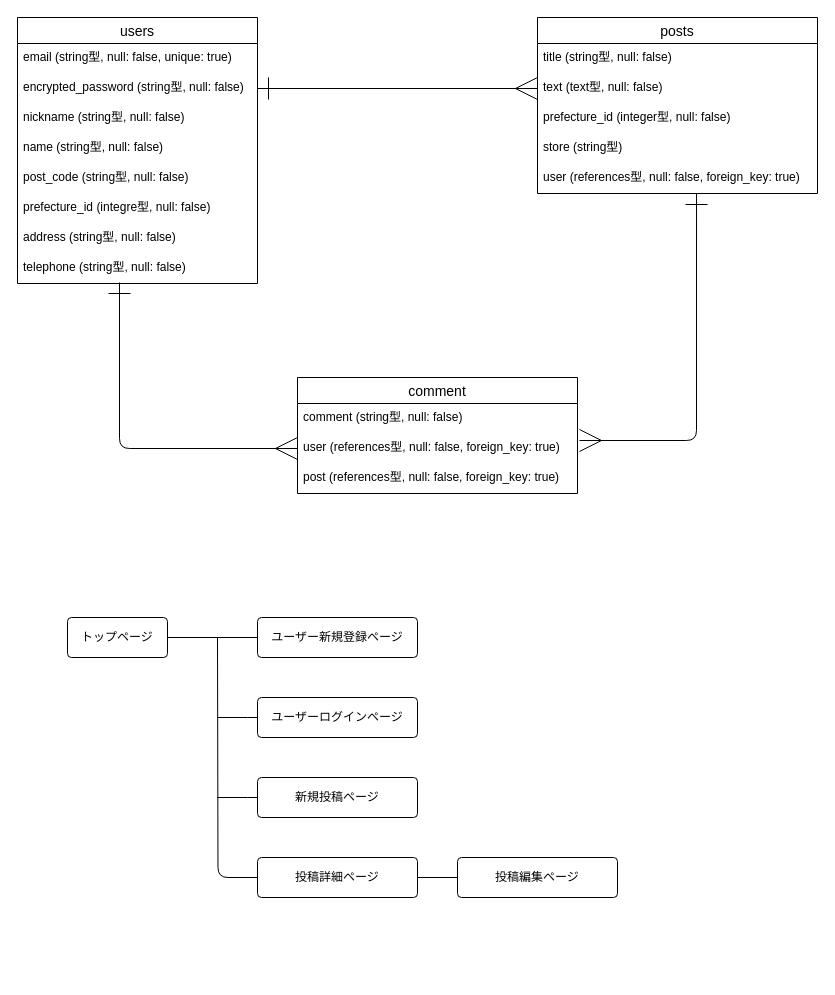
Before: nomonomo.dio in hayapi0208/nomonomo, a draw.io diagram. Source tidied: cells renumbered, new cells numbered last; positions are measured from the earlier drawing's top-left corner, leaving out a move shared by most shapes. Both pictures are drawn from the tidied source at 100%, with x=0, y=0 at pixel (17, 17).
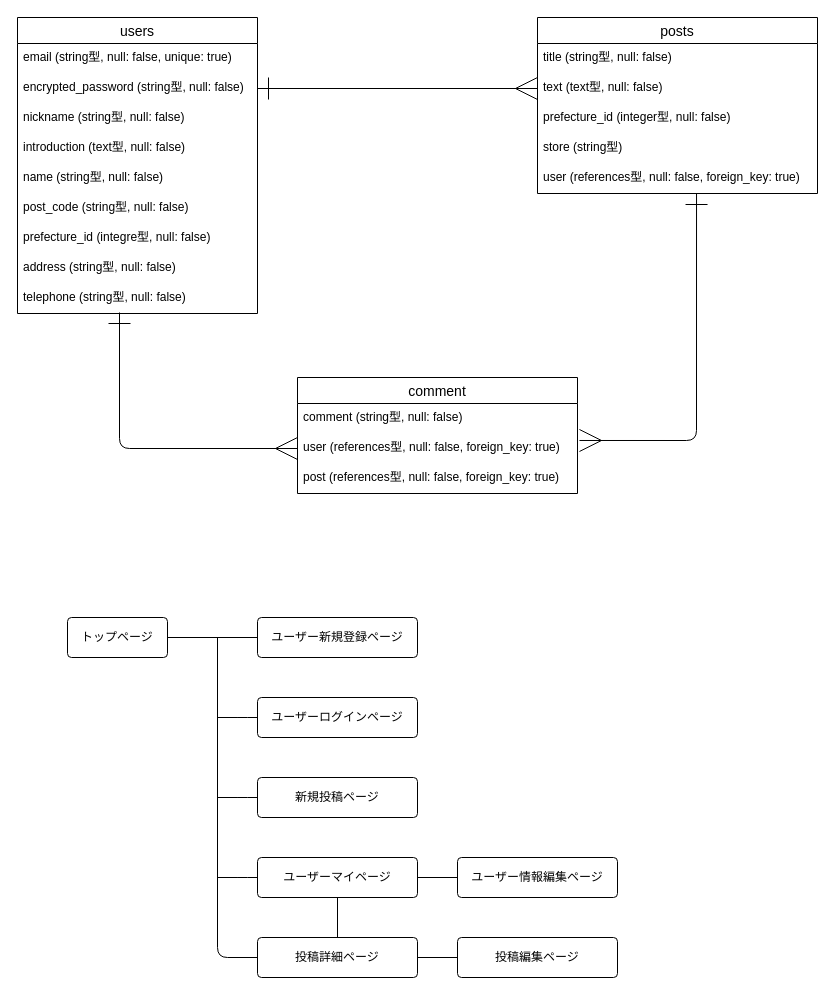
The same page after the edit.

The change refers to these unchanged cells:
```xml
<mxCell id="30" value="新規投稿ページ" style="rounded=1;arcSize=10;whiteSpace=wrap;html=1;align=center;" parent="1" vertex="1">
  <mxGeometry x="240" y="760" width="160" height="40" as="geometry" />
</mxCell>
```

What changed in the source:
```diff
@@
     <mxCell id="2" value="users" style="swimlane;fontStyle=0;horizontal=1;startSize=26;align=center;fontSize=14;" parent="1" vertex="1">
-      <mxGeometry width="240" height="266" as="geometry" />
+      <mxGeometry width="240" height="296" as="geometry" />
     </mxCell>
@@
+    <mxCell id="35" value="introduction (text型, null: false)" style="text;strokeColor=none;fillColor=none;spacingLeft=4;spacingRight=4;overflow=hidden;fontSize=12;" parent="2" vertex="1">
+      <mxGeometry y="116" width="240" height="30" as="geometry" />
+    </mxCell>
     <mxCell id="6" value="name (string型, null: false)" style="text;strokeColor=none;fillColor=none;spacingLeft=4;spacingRight=4;overflow=hidden;fontSize=12;" parent="2" vertex="1">
-      <mxGeometry y="116" width="240" height="30" as="geometry" />
+      <mxGeometry y="146" width="240" height="30" as="geometry" />
     </mxCell>
     <mxCell id="7" value="post_code (string型, null: false)" style="text;strokeColor=none;fillColor=none;spacingLeft=4;spacingRight=4;overflow=hidden;fontSize=12;" parent="2" vertex="1">
-      <mxGeometry y="146" width="240" height="30" as="geometry" />
+      <mxGeometry y="176" width="240" height="30" as="geometry" />
     </mxCell>
     <mxCell id="8" value="prefecture_id (integre型, null: false)" style="text;strokeColor=none;fillColor=none;spacingLeft=4;spacingRight=4;overflow=hidden;fontSize=12;" parent="2" vertex="1">
-      <mxGeometry y="176" width="240" height="30" as="geometry" />
+      <mxGeometry y="206" width="240" height="30" as="geometry" />
     </mxCell>
     <mxCell id="9" value="address (string型, null: false)" style="text;strokeColor=none;fillColor=none;spacingLeft=4;spacingRight=4;overflow=hidden;fontSize=12;" parent="2" vertex="1">
-      <mxGeometry y="206" width="240" height="30" as="geometry" />
+      <mxGeometry y="236" width="240" height="30" as="geometry" />
     </mxCell>
     <mxCell id="10" value="telephone (string型, null: false)" style="text;strokeColor=none;fillColor=none;spacingLeft=4;spacingRight=4;overflow=hidden;points=[[0,0.5],[1,0.5]];portConstraint=eastwest;fontSize=12;" parent="2" vertex="1">
-      <mxGeometry y="236" width="240" height="30" as="geometry" />
+      <mxGeometry y="266" width="240" height="30" as="geometry" />
     </mxCell>
@@
-    <mxCell id="29" style="edgeStyle=orthogonalEdgeStyle;html=1;exitX=0;exitY=0.5;exitDx=0;exitDy=0;startArrow=none;startFill=0;endArrow=none;endFill=0;startSize=20;endSize=20;sourcePerimeterSpacing=0;" parent="1" edge="1" source="30">
-      <mxGeometry relative="1" as="geometry">
-        <mxPoint x="200" y="780" as="targetPoint" />
-      </mxGeometry>
-    </mxCell>
+    <mxCell id="36" style="edgeStyle=orthogonalEdgeStyle;html=1;exitX=0;exitY=0.5;exitDx=0;exitDy=0;endArrow=none;endFill=0;" parent="1" edge="1" source="30">
+      <mxGeometry relative="1" as="geometry">
+        <mxPoint x="200" y="780" as="targetPoint" />
+      </mxGeometry>
+    </mxCell>
@@
-    <mxCell id="31" style="edgeStyle=orthogonalEdgeStyle;html=1;exitX=0;exitY=0.5;exitDx=0;exitDy=0;startArrow=none;startFill=0;endArrow=none;endFill=0;startSize=20;endSize=20;sourcePerimeterSpacing=0;" parent="1" edge="1" source="33">
+    <mxCell id="31" style="html=1;exitX=0;exitY=0.5;exitDx=0;exitDy=0;startArrow=none;startFill=0;endArrow=none;endFill=0;startSize=20;endSize=20;sourcePerimeterSpacing=0;edgeStyle=orthogonalEdgeStyle;" parent="1" edge="1" source="33">
       <mxGeometry relative="1" as="geometry">
         <mxPoint x="200" y="620" as="targetPoint" />
+        <Array as="points">
+          <mxPoint x="200" y="940" />
+        </Array>
       </mxGeometry>
     </mxCell>
@@
+    <mxCell id="37" style="edgeStyle=orthogonalEdgeStyle;html=1;exitX=0.5;exitY=0;exitDx=0;exitDy=0;entryX=0.5;entryY=1;entryDx=0;entryDy=0;endArrow=none;endFill=0;" parent="1" edge="1" source="33" target="39">
+      <mxGeometry relative="1" as="geometry" />
+    </mxCell>
     <mxCell id="33" value="投稿詳細ページ" style="rounded=1;arcSize=10;whiteSpace=wrap;html=1;align=center;" parent="1" vertex="1">
-      <mxGeometry x="240" y="840" width="160" height="40" as="geometry" />
+      <mxGeometry x="240" y="920" width="160" height="40" as="geometry" />
     </mxCell>
     <mxCell id="34" value="投稿編集ページ" style="rounded=1;arcSize=10;whiteSpace=wrap;html=1;align=center;" parent="1" vertex="1">
-      <mxGeometry x="440" y="840" width="160" height="40" as="geometry" />
+      <mxGeometry x="440" y="920" width="160" height="40" as="geometry" />
     </mxCell>
+    <mxCell id="38" style="edgeStyle=orthogonalEdgeStyle;html=1;exitX=0;exitY=0.5;exitDx=0;exitDy=0;endArrow=none;endFill=0;" parent="1" edge="1" source="39">
+      <mxGeometry relative="1" as="geometry">
+        <mxPoint x="200" y="860" as="targetPoint" />
+      </mxGeometry>
+    </mxCell>
+    <mxCell id="39" value="ユーザーマイページ" style="rounded=1;arcSize=10;whiteSpace=wrap;html=1;align=center;" parent="1" vertex="1">
+      <mxGeometry x="240" y="840" width="160" height="40" as="geometry" />
+    </mxCell>
+    <mxCell id="40" style="edgeStyle=orthogonalEdgeStyle;html=1;exitX=0;exitY=0.5;exitDx=0;exitDy=0;endArrow=none;endFill=0;" parent="1" edge="1" source="41" target="39">
+      <mxGeometry relative="1" as="geometry" />
+    </mxCell>
+    <mxCell id="41" value="ユーザー情報編集ページ" style="rounded=1;arcSize=10;whiteSpace=wrap;html=1;align=center;" parent="1" vertex="1">
+      <mxGeometry x="440" y="840" width="160" height="40" as="geometry" />
+    </mxCell>
```
